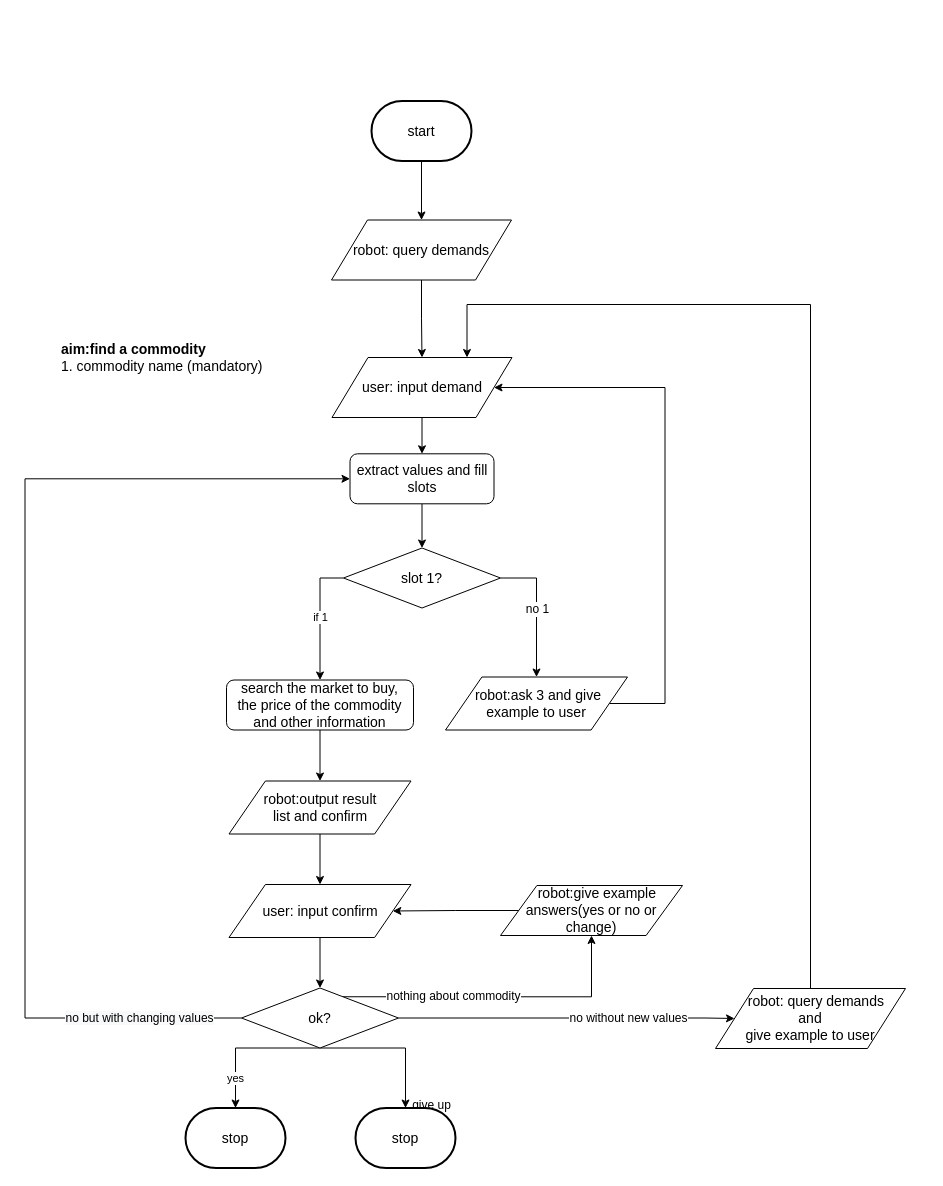
ricosr/travel_consult_chatbot keeps this draw.io diagram as flow_diagram/shopping_plan.drawio. Above is the earlier version. Source tidied: cells renumbered, new cells numbered last; positions are measured from the earlier drawing's top-left corner, leaving out a move shared by most shapes. Both pictures are drawn from the tidied source at 100%, with x=0, y=0 at pixel (25, 101).
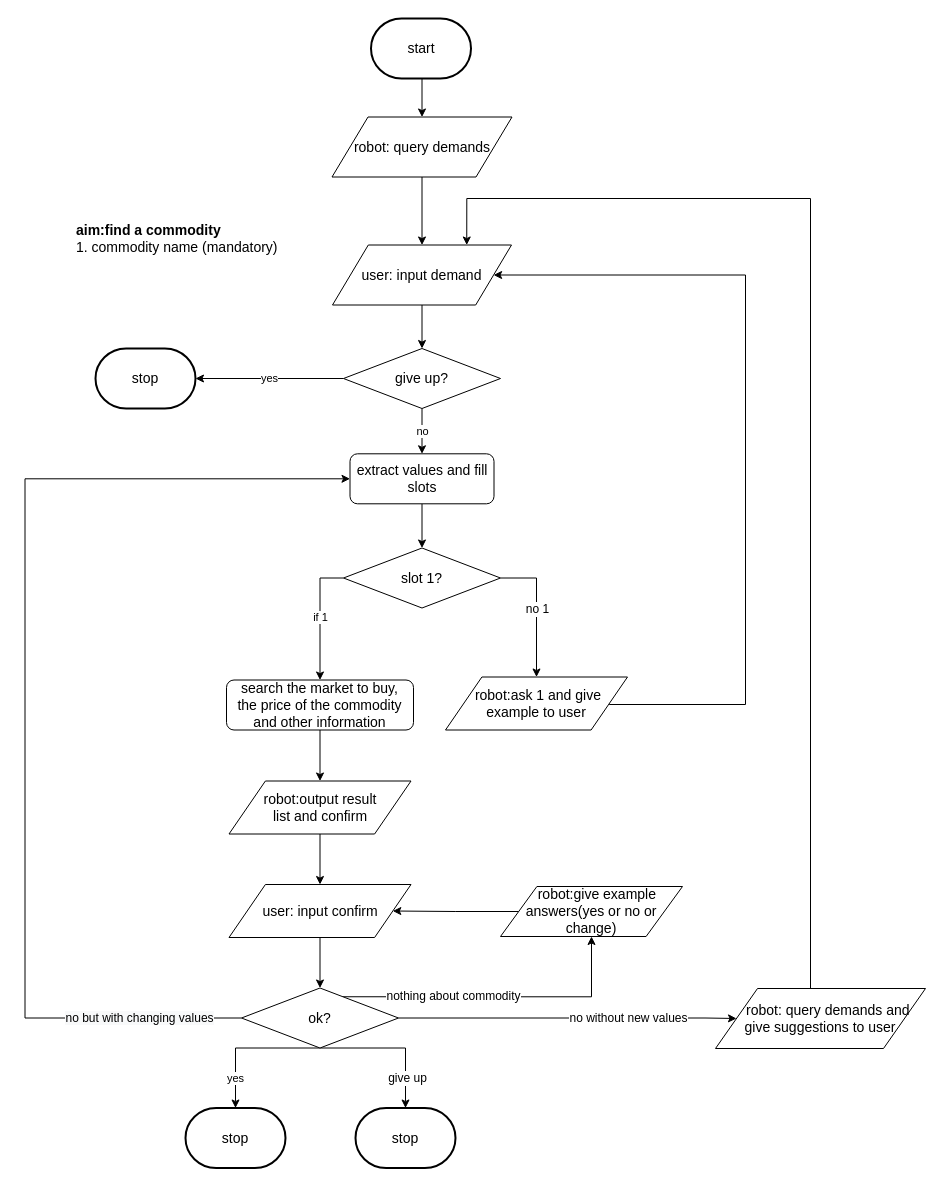
The same page after the edit.

The change refers to these unchanged cells:
```xml
<mxCell id="20" style="edgeStyle=orthogonalEdgeStyle;rounded=0;jettySize=auto;html=1;exitX=0.5;exitY=1;exitDx=0;exitDy=0;entryX=0.5;entryY=0;entryDx=0;entryDy=0;entryPerimeter=0;" parent="1" edge="1" source="22" target="38">
  <mxGeometry relative="1" as="geometry">
    <Array as="points">
      <mxPoint x="380" y="947" />
    </Array>
  </mxGeometry>
</mxCell>
<mxCell id="33" value="&lt;font style=&quot;font-size: 14px&quot;&gt;extract values and fill slots&lt;/font&gt;" style="rounded=1;whiteSpace=wrap;html=1;" parent="1" vertex="1">
  <mxGeometry x="324.5" y="352.3" width="144" height="50" as="geometry" />
</mxCell>
```

Change to the diagram source:
```diff
@@
     <mxCell id="2" value="&lt;font style=&quot;font-size: 14px&quot;&gt;&lt;b&gt;aim:find a commodity&lt;/b&gt;&lt;br&gt;1.&amp;nbsp;commodity&amp;nbsp;name (mandatory)&lt;br&gt;&lt;/font&gt;" style="text;html=1;strokeColor=none;fillColor=none;align=left;verticalAlign=middle;whiteSpace=wrap;rounded=0;" parent="1" vertex="1">
-      <mxGeometry x="33.5" y="226" width="211" height="60" as="geometry" />
+      <mxGeometry x="49" y="107" width="211" height="60" as="geometry" />
     </mxCell>
-    <mxCell id="3" style="edgeStyle=orthogonalEdgeStyle;rounded=0;jettySize=auto;html=1;exitX=0.5;exitY=1;exitDx=0;exitDy=0;entryX=0.5;entryY=0;entryDx=0;entryDy=0;" parent="1" edge="1" source="27" target="33">
-      <mxGeometry relative="1" as="geometry" />
-    </mxCell>
@@
     <mxCell id="8" style="edgeStyle=orthogonalEdgeStyle;rounded=0;jettySize=auto;html=1;exitX=1;exitY=0.5;exitDx=0;exitDy=0;entryX=1;entryY=0.5;entryDx=0;entryDy=0;" parent="1" edge="1" source="31" target="27">
       <mxGeometry relative="1" as="geometry">
         <Array as="points">
-          <mxPoint x="639.5" y="602.5" />
-          <mxPoint x="639.5" y="286.5" />
+          <mxPoint x="583" y="603" />
+          <mxPoint x="720" y="603" />
+          <mxPoint x="720" y="173" />
         </Array>
       </mxGeometry>
     </mxCell>
@@
     <mxCell id="21" value="give up" style="text;html=1;align=center;verticalAlign=middle;labelBackgroundColor=#ffffff;" parent="20" vertex="1">
       <mxGeometry x="0.17" y="-26" relative="1" as="geometry">
-        <mxPoint x="26" y="30.5" as="offset" />
+        <mxPoint x="1.5" y="3.5" as="offset" />
       </mxGeometry>
     </mxCell>
@@
     <mxCell id="24" value="&lt;span style=&quot;font-size: 14px&quot;&gt;start&lt;/span&gt;" style="strokeWidth=2;html=1;shape=mxgraph.flowchart.terminator;whiteSpace=wrap;" parent="1" vertex="1">
-      <mxGeometry x="346" y="-0.5" width="100" height="60" as="geometry" />
+      <mxGeometry x="345.5" y="-83" width="100" height="60" as="geometry" />
     </mxCell>
     <mxCell id="25" style="edgeStyle=orthogonalEdgeStyle;rounded=0;jettySize=auto;html=1;exitX=0.5;exitY=0;exitDx=0;exitDy=0;entryX=0.75;entryY=0;entryDx=0;entryDy=0;" parent="1" edge="1" source="26" target="27">
       <mxGeometry relative="1" as="geometry">
         <Array as="points">
-          <mxPoint x="785" y="203" />
-          <mxPoint x="442" y="203" />
+          <mxPoint x="785" y="97" />
+          <mxPoint x="442" y="97" />
         </Array>
       </mxGeometry>
     </mxCell>
-    <mxCell id="26" value="&lt;span style=&quot;font-size: 14px ; white-space: normal&quot;&gt;&amp;nbsp; &amp;nbsp; robot: query demands&amp;nbsp;&lt;br&gt;and &lt;br&gt;give example to user&lt;/span&gt;" style="shape=parallelogram;perimeter=parallelogramPerimeter;whiteSpace=wrap;html=1;" parent="1" vertex="1">
-      <mxGeometry x="690" y="887" width="190" height="60" as="geometry" />
+    <mxCell id="26" value="&lt;span style=&quot;font-size: 14px ; white-space: normal&quot;&gt;&amp;nbsp; &amp;nbsp; robot: query demands&amp;nbsp;and &lt;br&gt;give suggestions to user&lt;/span&gt;" style="shape=parallelogram;perimeter=parallelogramPerimeter;whiteSpace=wrap;html=1;" parent="1" vertex="1">
+      <mxGeometry x="690" y="887" width="210" height="60" as="geometry" />
     </mxCell>
+    <mxCell id="39" style="edgeStyle=orthogonalEdgeStyle;rounded=0;jettySize=auto;html=1;exitX=0.5;exitY=1;exitDx=0;exitDy=0;entryX=0.5;entryY=0;entryDx=0;entryDy=0;" parent="1" edge="1" source="27" target="42">
+      <mxGeometry relative="1" as="geometry" />
+    </mxCell>
     <mxCell id="27" value="&lt;span style=&quot;font-size: 14px ; white-space: normal&quot;&gt;user: input demand&lt;/span&gt;" style="shape=parallelogram;perimeter=parallelogramPerimeter;whiteSpace=wrap;html=1;" parent="1" vertex="1">
-      <mxGeometry x="306.5" y="256" width="180" height="60" as="geometry" />
+      <mxGeometry x="307" y="143.5" width="179" height="60" as="geometry" />
     </mxCell>
@@
-    <mxCell id="31" value="&lt;span style=&quot;font-size: 14px&quot;&gt;&amp;nbsp;robot:ask 3 and give example to user&lt;/span&gt;" style="shape=parallelogram;perimeter=parallelogramPerimeter;whiteSpace=wrap;html=1;" parent="1" vertex="1">
+    <mxCell id="31" value="&lt;span style=&quot;font-size: 14px&quot;&gt;&amp;nbsp;robot:ask 1 and give example to user&lt;/span&gt;" style="shape=parallelogram;perimeter=parallelogramPerimeter;whiteSpace=wrap;html=1;" parent="1" vertex="1">
       <mxGeometry x="420" y="575.5" width="182" height="53" as="geometry" />
     </mxCell>
@@
     <mxCell id="35" value="&lt;span style=&quot;font-size: 14px&quot;&gt;&amp;nbsp; &amp;nbsp;robot:give example answers(yes or no or change)&lt;/span&gt;" style="shape=parallelogram;perimeter=parallelogramPerimeter;whiteSpace=wrap;html=1;" parent="1" vertex="1">
-      <mxGeometry x="475" y="784" width="182" height="50" as="geometry" />
+      <mxGeometry x="475" y="785" width="182" height="50" as="geometry" />
     </mxCell>
@@
     <mxCell id="37" value="&lt;span style=&quot;font-size: 14px ; white-space: normal&quot;&gt;robot: query demands&lt;/span&gt;" style="shape=parallelogram;perimeter=parallelogramPerimeter;whiteSpace=wrap;html=1;" parent="1" vertex="1">
-      <mxGeometry x="306" y="118.5" width="180" height="60" as="geometry" />
+      <mxGeometry x="306.5" y="15.5" width="180" height="60" as="geometry" />
     </mxCell>
@@
+    <mxCell id="40" value="no" style="edgeStyle=orthogonalEdgeStyle;rounded=0;jettySize=auto;html=1;exitX=0.5;exitY=1;exitDx=0;exitDy=0;entryX=0.5;entryY=0;entryDx=0;entryDy=0;" parent="1" edge="1" source="42" target="33">
+      <mxGeometry relative="1" as="geometry" />
+    </mxCell>
+    <mxCell id="41" value="yes" style="edgeStyle=orthogonalEdgeStyle;rounded=0;jettySize=auto;html=1;exitX=0;exitY=0.5;exitDx=0;exitDy=0;" parent="1" edge="1" source="42" target="43">
+      <mxGeometry relative="1" as="geometry" />
+    </mxCell>
+    <mxCell id="42" value="&lt;font style=&quot;font-size: 14px&quot;&gt;give up?&lt;br&gt;&lt;/font&gt;" style="rhombus;whiteSpace=wrap;html=1;" parent="1" vertex="1">
+      <mxGeometry x="318" y="247" width="157" height="60" as="geometry" />
+    </mxCell>
+    <mxCell id="43" value="&lt;font style=&quot;font-size: 14px&quot;&gt;stop&lt;/font&gt;" style="strokeWidth=2;html=1;shape=mxgraph.flowchart.terminator;whiteSpace=wrap;" parent="1" vertex="1">
+      <mxGeometry x="70" y="247" width="100" height="60" as="geometry" />
+    </mxCell>
```
